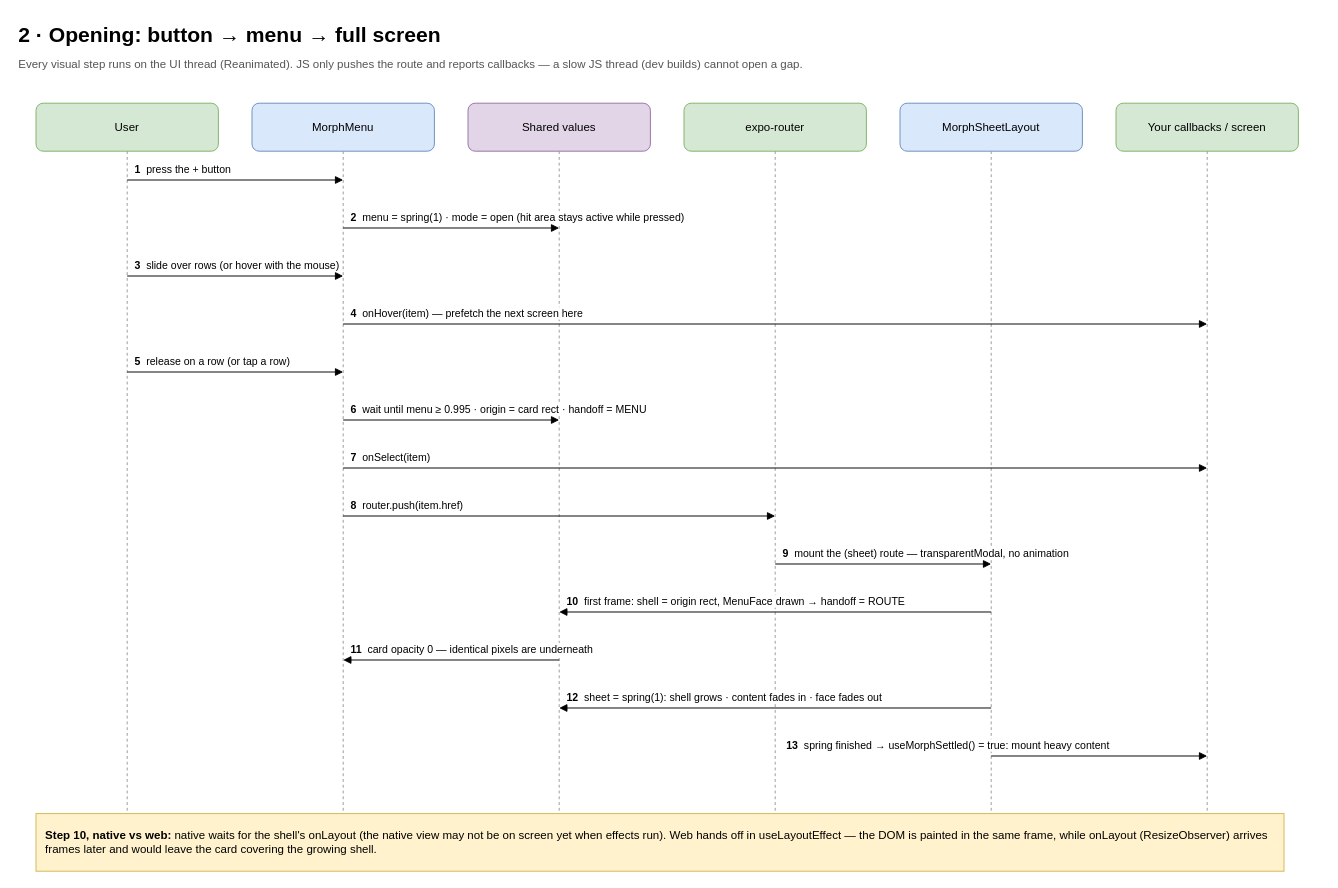
Before: page "2 · Opening" (2 of 7) of docs/diagrams/expo-morph-menu.en.drawio in anhtuank7c/expo-morph-menu, a draw.io diagram. Source tidied: cells renumbered, new cells numbered last; positions are measured from the earlier drawing's top-left corner, leaving out a move shared by most shapes. Both pictures are drawn from the tidied source at 96%, with x=0, y=0 at pixel (16, 16).
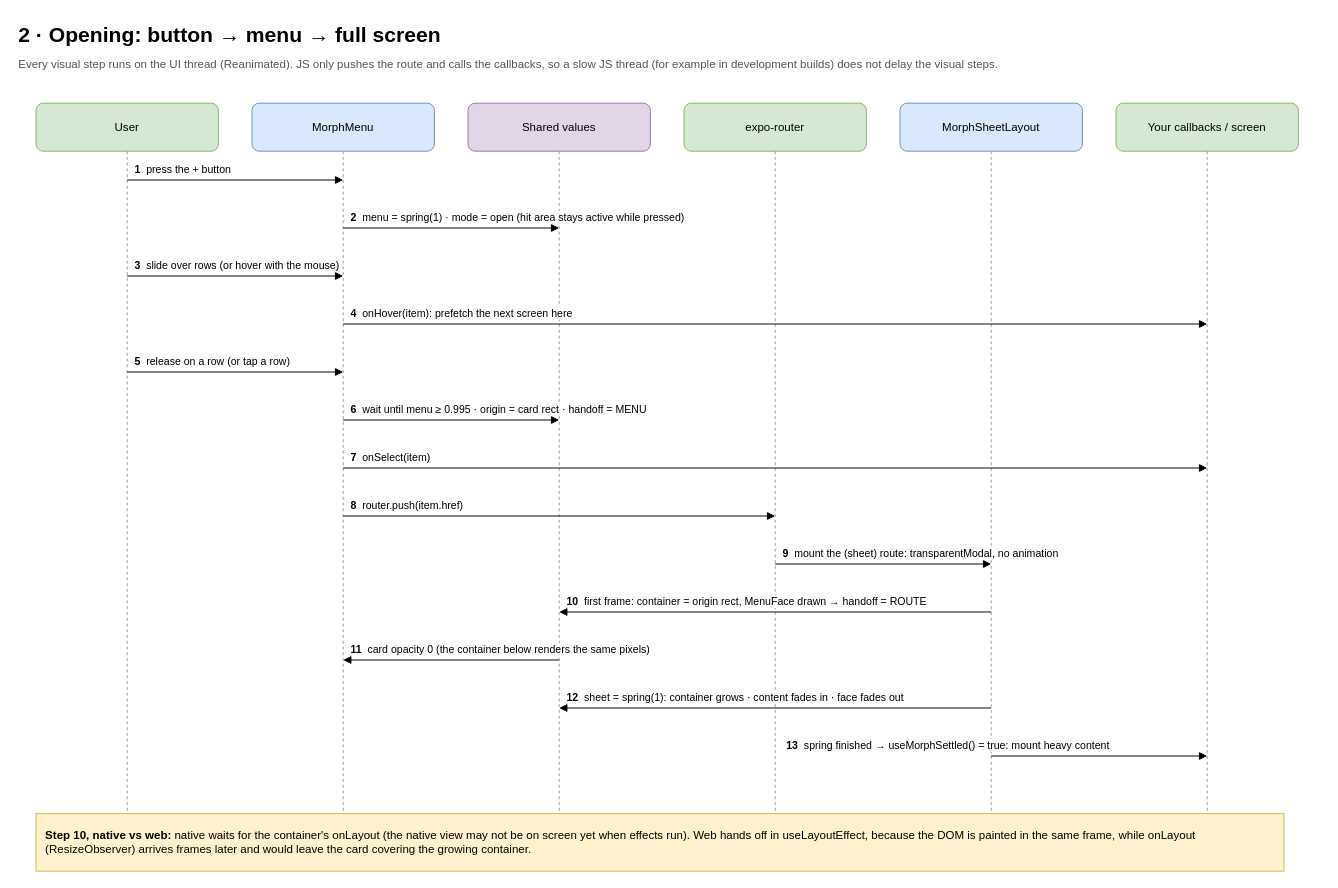
After the change.

The edit, as a diff of the source:
```diff
@@
-    <mxCell id="3" value="Every visual step runs on the UI thread (Reanimated). JS only pushes the route and reports callbacks — a slow JS thread (dev builds) cannot open a gap." style="text;html=1;fontSize=12;fontColor=#555555;align=left;verticalAlign=top;whiteSpace=wrap;" parent="1" vertex="1">
+    <mxCell id="3" value="Every visual step runs on the UI thread (Reanimated). JS only pushes the route and calls the callbacks, so a slow JS thread (for example in development builds) does not delay the visual steps." style="text;html=1;fontSize=12;fontColor=#555555;align=left;verticalAlign=top;whiteSpace=wrap;" parent="1" vertex="1">
       <mxGeometry y="36" width="1250" height="40" as="geometry" />
     </mxCell>
@@
-    <mxCell id="23" value="&lt;b&gt;4&lt;/b&gt;&amp;nbsp; onHover(item) — prefetch the next screen here" style="text;html=1;fontSize=11;align=left;verticalAlign=bottom;whiteSpace=wrap;labelBackgroundColor=#ffffff;" parent="1" vertex="1">
+    <mxCell id="23" value="&lt;b&gt;4&lt;/b&gt;&amp;nbsp; onHover(item): prefetch the next screen here" style="text;html=1;fontSize=11;align=left;verticalAlign=bottom;whiteSpace=wrap;labelBackgroundColor=#ffffff;" parent="1" vertex="1">
       <mxGeometry x="346" y="286" width="888" height="32" as="geometry" />
     </mxCell>
@@
-    <mxCell id="33" value="&lt;b&gt;9&lt;/b&gt;&amp;nbsp; mount the (sheet) route — transparentModal, no animation" style="text;html=1;fontSize=11;align=left;verticalAlign=bottom;whiteSpace=wrap;labelBackgroundColor=#ffffff;" parent="1" vertex="1">
+    <mxCell id="33" value="&lt;b&gt;9&lt;/b&gt;&amp;nbsp; mount the (sheet) route: transparentModal, no animation" style="text;html=1;fontSize=11;align=left;verticalAlign=bottom;whiteSpace=wrap;labelBackgroundColor=#ffffff;" parent="1" vertex="1">
       <mxGeometry x="796" y="536" width="560" height="32" as="geometry" />
     </mxCell>
@@
-    <mxCell id="35" value="&lt;b&gt;10&lt;/b&gt;&amp;nbsp; first frame: shell = origin rect, MenuFace drawn → handoff = ROUTE" style="text;html=1;fontSize=11;align=left;verticalAlign=bottom;whiteSpace=wrap;labelBackgroundColor=#ffffff;" parent="1" vertex="1">
+    <mxCell id="35" value="&lt;b&gt;10&lt;/b&gt;&amp;nbsp; first frame: container = origin rect, MenuFace drawn → handoff = ROUTE" style="text;html=1;fontSize=11;align=left;verticalAlign=bottom;whiteSpace=wrap;labelBackgroundColor=#ffffff;" parent="1" vertex="1">
       <mxGeometry x="571" y="586" width="560" height="32" as="geometry" />
     </mxCell>
@@
-    <mxCell id="37" value="&lt;b&gt;11&lt;/b&gt;&amp;nbsp; card opacity 0 — identical pixels are underneath" style="text;html=1;fontSize=11;align=left;verticalAlign=bottom;whiteSpace=wrap;labelBackgroundColor=#ffffff;" parent="1" vertex="1">
+    <mxCell id="37" value="&lt;b&gt;11&lt;/b&gt;&amp;nbsp; card opacity 0 (the container below renders the same pixels)" style="text;html=1;fontSize=11;align=left;verticalAlign=bottom;whiteSpace=wrap;labelBackgroundColor=#ffffff;" parent="1" vertex="1">
       <mxGeometry x="346" y="636" width="560" height="32" as="geometry" />
     </mxCell>
@@
-    <mxCell id="39" value="&lt;b&gt;12&lt;/b&gt;&amp;nbsp; sheet = spring(1): shell grows · content fades in · face fades out" style="text;html=1;fontSize=11;align=left;verticalAlign=bottom;whiteSpace=wrap;labelBackgroundColor=#ffffff;" parent="1" vertex="1">
+    <mxCell id="39" value="&lt;b&gt;12&lt;/b&gt;&amp;nbsp; sheet = spring(1): container grows · content fades in · face fades out" style="text;html=1;fontSize=11;align=left;verticalAlign=bottom;whiteSpace=wrap;labelBackgroundColor=#ffffff;" parent="1" vertex="1">
       <mxGeometry x="571" y="686" width="560" height="32" as="geometry" />
     </mxCell>
@@
-    <mxCell id="42" value="&lt;b&gt;Step 10, native vs web:&lt;/b&gt; native waits for the shell's onLayout (the native view may not be on screen yet when effects run). Web hands off in useLayoutEffect — the DOM is painted in the same frame, while onLayout (ResizeObserver) arrives frames later and would leave the card covering the growing shell." style="rounded=0;whiteSpace=wrap;html=1;fillColor=#fff2cc;strokeColor=#d6b656;align=left;spacingLeft=8;spacingRight=8;" parent="1" vertex="1">
+    <mxCell id="42" value="&lt;b&gt;Step 10, native vs web:&lt;/b&gt; native waits for the container's onLayout (the native view may not be on screen yet when effects run). Web hands off in useLayoutEffect, because the DOM is painted in the same frame, while onLayout (ResizeObserver) arrives frames later and would leave the card covering the growing container." style="rounded=0;whiteSpace=wrap;html=1;fillColor=#fff2cc;strokeColor=#d6b656;align=left;spacingLeft=8;spacingRight=8;" parent="1" vertex="1">
       <mxGeometry x="20" y="830" width="1300" height="60" as="geometry" />
     </mxCell>
```
